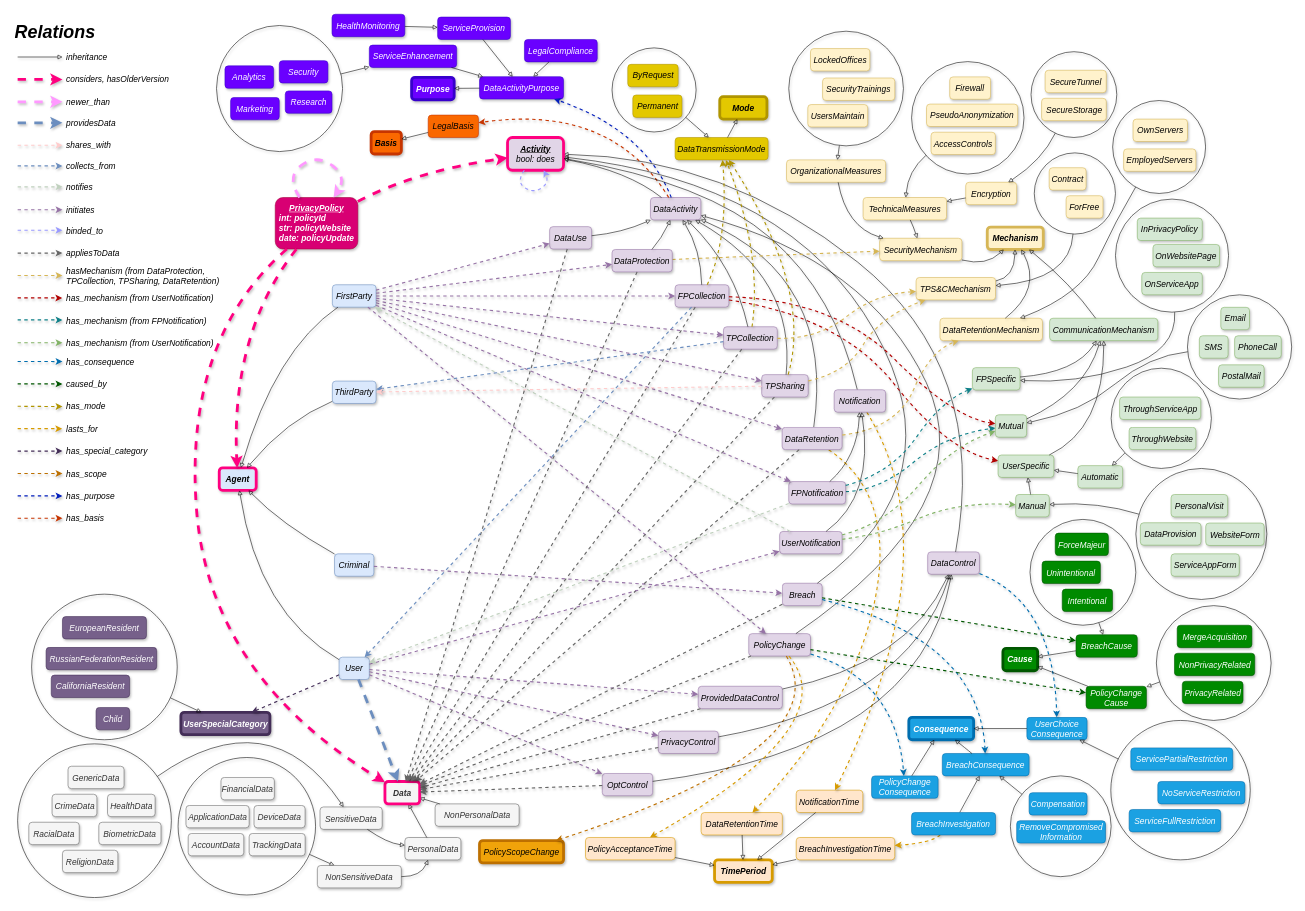
kuznetsovmd/pp-ontology keeps this draw.io diagram as resources/docs/ontology-full.drawio. Above is the earlier version. Source tidied: cells renumbered, new cells numbered last; positions are measured from the earlier drawing's top-left corner, leaving out a move shared by most shapes. Both pictures are drawn from the tidied source at 56%, with x=0, y=0 at pixel (12, 14).
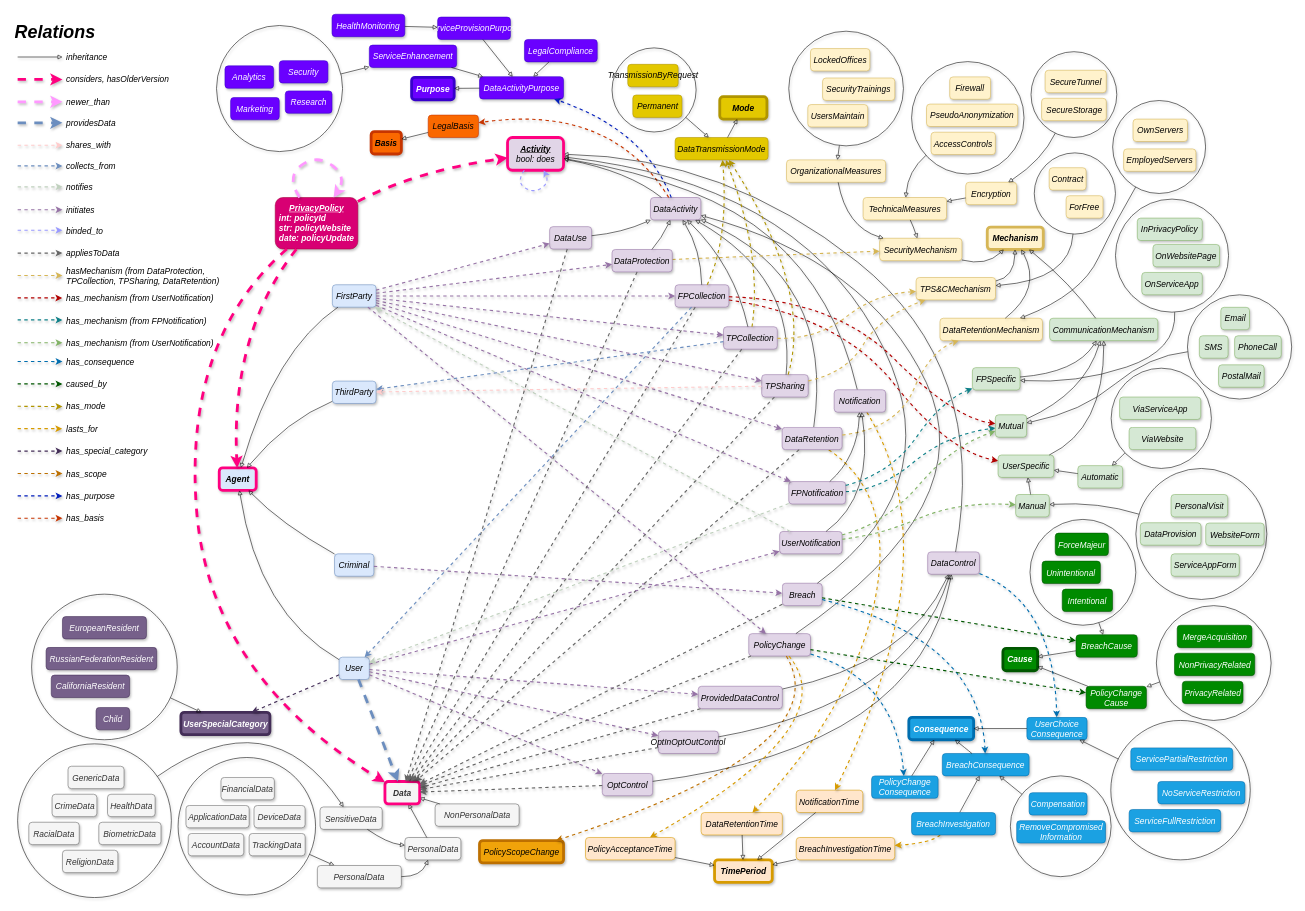
The same page after the edit.

Diff of the diagram source:
```diff
@@
-    <mxCell id="113" value="PrivacyControl" style="rounded=1;whiteSpace=wrap;html=1;fillColor=#e1d5e7;strokeColor=#9673a6;fontSize=15;fontStyle=2;shadow=1;fontFamily=Helvetica;" parent="1" vertex="1">
+    <mxCell id="113" value="OptInOptOutControl" style="rounded=1;whiteSpace=wrap;html=1;fillColor=#e1d5e7;strokeColor=#9673a6;fontSize=15;fontStyle=2;shadow=1;fontFamily=Helvetica;" parent="1" vertex="1">
       <mxGeometry x="1154" y="1280" width="107.3" height="40" as="geometry" />
     </mxCell>
@@
-    <mxCell id="116" value="&lt;div style=&quot;font-size: 15px;&quot;&gt;NonSensitiveData&lt;/div&gt;" style="rounded=1;whiteSpace=wrap;html=1;fillColor=#f5f5f5;fontColor=#333333;strokeColor=#666666;fontSize=15;fontStyle=2;shadow=1;fontFamily=Helvetica;" parent="1" vertex="1">
+    <mxCell id="116" value="&lt;div style=&quot;font-size: 15px;&quot;&gt;PersonalData&lt;/div&gt;" style="rounded=1;whiteSpace=wrap;html=1;fillColor=#f5f5f5;fontColor=#333333;strokeColor=#666666;fontSize=15;fontStyle=2;shadow=1;fontFamily=Helvetica;" parent="1" vertex="1">
       <mxGeometry x="545.2" y="1520" width="150" height="40" as="geometry" />
     </mxCell>
@@
-    <mxCell id="188" value="ByRequest" style="rounded=1;whiteSpace=wrap;html=1;fillColor=#e3c800;strokeColor=#B09500;fontSize=15;fontStyle=2;fontColor=#000000;shadow=1;fontFamily=Helvetica;" parent="1" vertex="1">
+    <mxCell id="188" value="TransmissionByRequest" style="rounded=1;whiteSpace=wrap;html=1;fillColor=#e3c800;strokeColor=#B09500;fontSize=15;fontStyle=2;fontColor=#000000;shadow=1;fontFamily=Helvetica;" parent="1" vertex="1">
       <mxGeometry x="1099.5" y="89.4" width="90" height="40" as="geometry" />
     </mxCell>
@@
-    <mxCell id="197" value="ServiceProvision" style="rounded=1;whiteSpace=wrap;html=1;fillColor=#6a00ff;strokeColor=#3700CC;fontSize=15;fontStyle=2;fontColor=#ffffff;shadow=1;fontFamily=Helvetica;" parent="1" vertex="1">
+    <mxCell id="197" value="ServiceProvisionPurpose" style="rounded=1;whiteSpace=wrap;html=1;fillColor=#6a00ff;strokeColor=#3700CC;fontSize=15;fontStyle=2;fontColor=#ffffff;shadow=1;fontFamily=Helvetica;" parent="1" vertex="1">
       <mxGeometry x="760" y="5" width="130" height="40" as="geometry" />
     </mxCell>
@@
-    <mxCell id="262" value="ThroughServiceApp" style="rounded=1;whiteSpace=wrap;html=1;fillColor=#d5e8d4;strokeColor=#82b366;fontSize=15;fontStyle=2;shadow=1;fontFamily=Helvetica;" parent="1" vertex="1">
+    <mxCell id="262" value="ViaServiceApp" style="rounded=1;whiteSpace=wrap;html=1;fillColor=#d5e8d4;strokeColor=#82b366;fontSize=15;fontStyle=2;shadow=1;fontFamily=Helvetica;" parent="1" vertex="1">
       <mxGeometry x="1977.8" y="683.5" width="144.9" height="40" as="geometry" />
     </mxCell>
-    <mxCell id="263" value="ThroughWebsite" style="rounded=1;whiteSpace=wrap;html=1;fillColor=#d5e8d4;strokeColor=#82b366;fontSize=15;fontStyle=2;shadow=1;fontFamily=Helvetica;" parent="1" vertex="1">
+    <mxCell id="263" value="ViaWebsite" style="rounded=1;whiteSpace=wrap;html=1;fillColor=#d5e8d4;strokeColor=#82b366;fontSize=15;fontStyle=2;shadow=1;fontFamily=Helvetica;" parent="1" vertex="1">
       <mxGeometry x="1994.8" y="737.5" width="119.2" height="40" as="geometry" />
     </mxCell>
```
